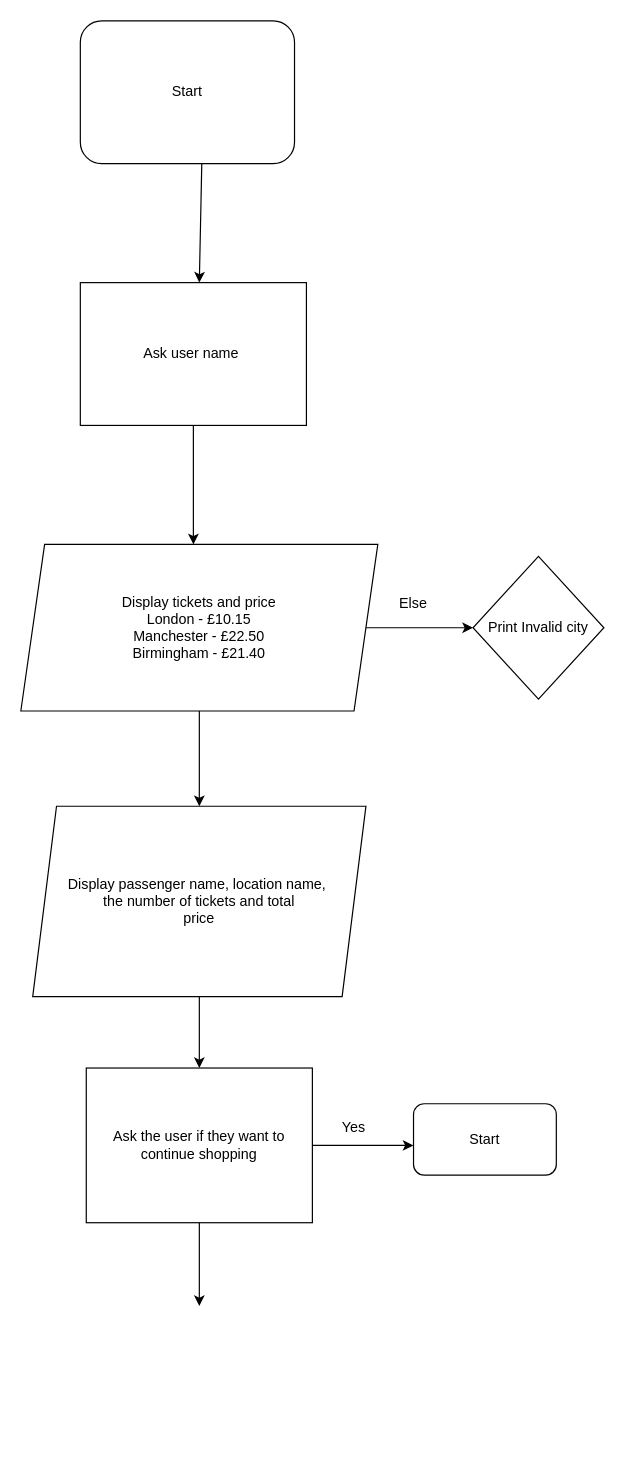
Earlier version of the draw.io diagram Untitled Diagram.drawio (Silver30003000/4400438_Simarpreet_singh_logbook.pdf). Source tidied: cells renumbered, new cells numbered last; positions are measured from the earlier drawing's top-left corner, leaving out a move shared by most shapes. Both pictures are drawn from the tidied source at 119%, with x=0, y=0 at pixel (20, 20).
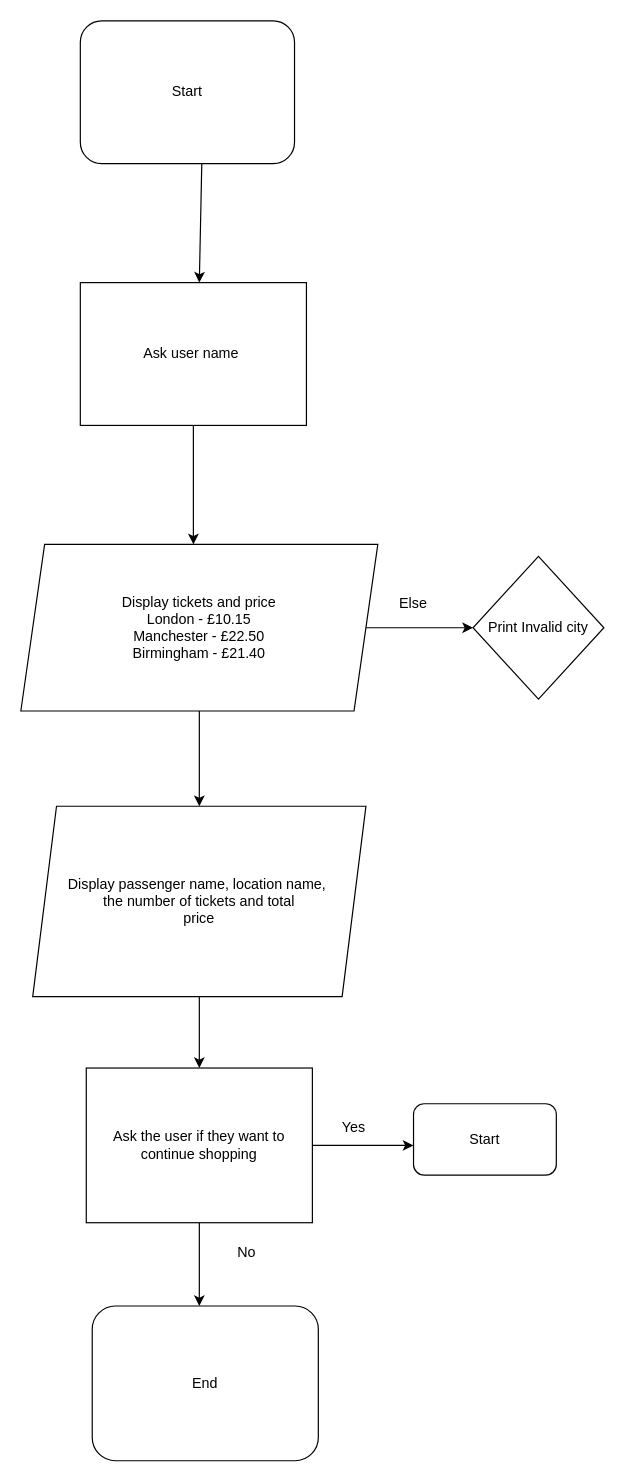
The same diagram, later.

Commit message:
Coursework 2 Online shop

The edit, as a diff of the source:
```diff
@@
+    <mxCell id="18" value="No" style="text;strokeColor=none;align=center;fillColor=none;html=1;verticalAlign=middle;whiteSpace=wrap;rounded=0;" parent="1" vertex="1">
+      <mxGeometry x="160" y="1020" width="60" height="30" as="geometry" />
+    </mxCell>
+    <mxCell id="19" value="End" style="rounded=1;whiteSpace=wrap;html=1;" parent="1" vertex="1">
+      <mxGeometry x="60" y="1080" width="190" height="130" as="geometry" />
+    </mxCell>
```
